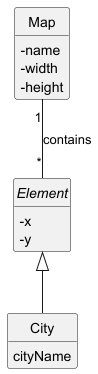
Before: docs/sprint1/us001/02.analysis/svg/us001-domain-model.png, a diagram exported from PlantUML (ivasduarte/all-aboard).
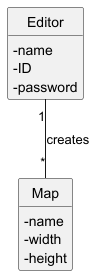
The same file after the commit.

Commit message:
US001(docs): Alteration of domain model and removal of unanswered client questions

Diff of the diagram source:
```diff
@@ -10,22 +10,20 @@
 hide methods
 
 
+class Editor{
+    - name
+    - ID
+    - password
+}
+
 class Map {
   - name
   - width
   - height
 }
 
-abstract class Element {
-  - x
-  - y
-}
 
-class City {
-  cityName
-}
+Editor "1" -- "*" Map : creates
 
-Map "1" -- "*" Element : contains
-Element <|-- City
 
 @enduml
```
